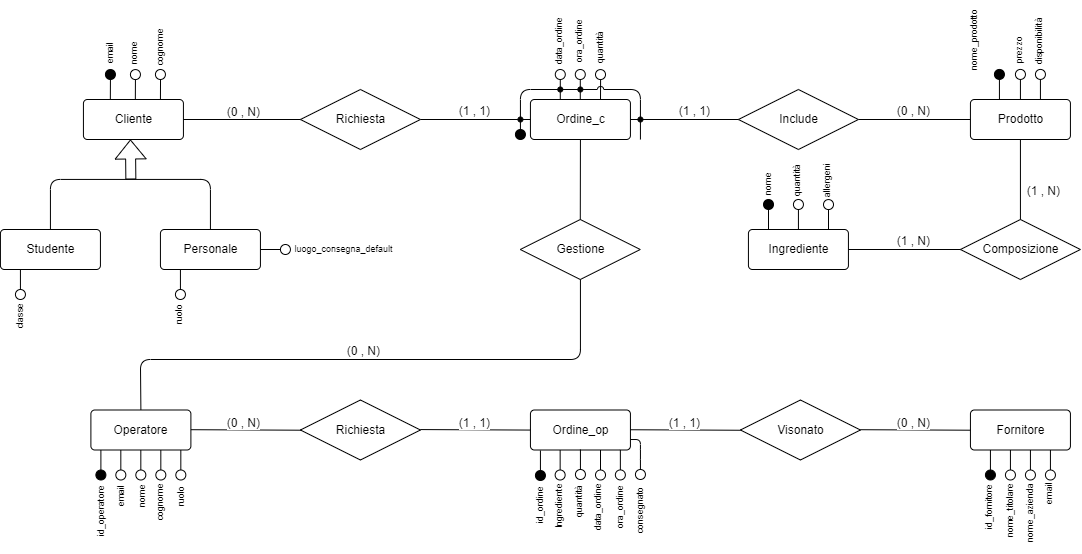
This is Conceptual_model.drawio.png from Dani-Picciau/OwlBreak, a draw.io export, as it was before one commit. Source tidied: cells renumbered, new cells last; positions are measured from the earlier drawing's top-left corner, leaving out a move shared by most shapes.
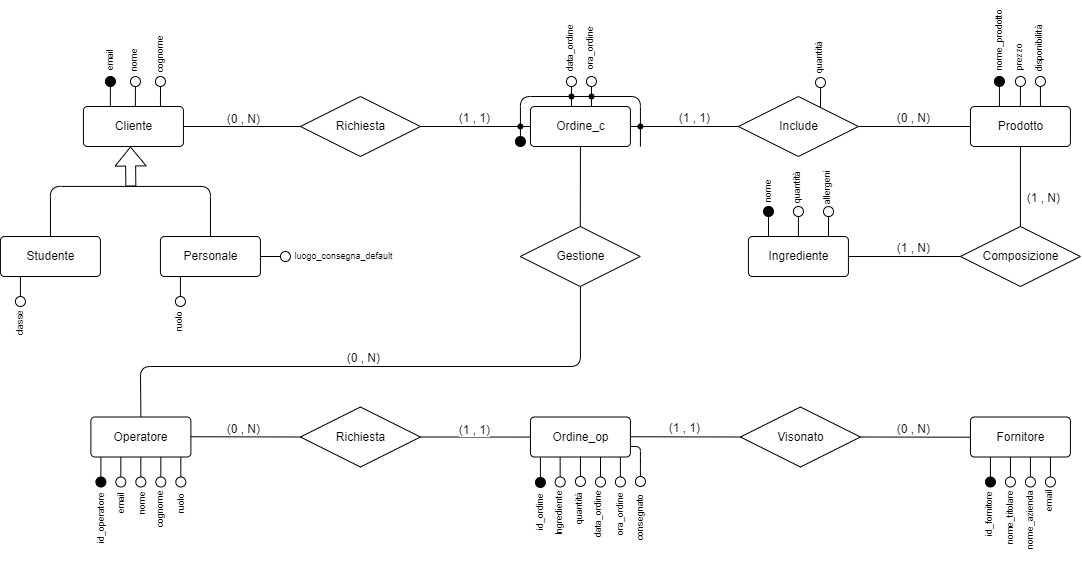
The same file after the commit.

Commit message:
Commit ultime modifiche

What changed in the source:
```diff
@@ -1,11 +1,11 @@
-<mxGraphModel background="#ffffff">
+<mxGraphModel>
   <root>
     <mxCell id="0" />
     <mxCell id="1" parent="0" />
     <mxCell id="2" style="endArrow=none;html=1;rounded=0;labelBackgroundColor=default;fontColor=default;jumpStyle=none;backgroundOutline=1;fillOpacity=100;strokeOpacity=100;labelBorderColor=none;" parent="1" edge="1">
       <mxGeometry relative="1" as="geometry">
-        <mxPoint x="605" y="69.1" as="sourcePoint" />
-        <mxPoint x="605.1" y="49.1" as="targetPoint" />
+        <mxPoint x="825" y="70.1" as="sourcePoint" />
+        <mxPoint x="825.1" y="50.1" as="targetPoint" />
       </mxGeometry>
     </mxCell>
     <mxCell id="3" style="endArrow=none;html=1;exitX=0;exitY=1;exitDx=0;exitDy=0;jumpStyle=arc;labelBackgroundColor=default;fontColor=default;backgroundOutline=1;fillOpacity=100;strokeOpacity=100;labelBorderColor=none;" parent="1" edge="1" source="101">
@@ -154,11 +154,11 @@
       <mxGeometry x="134.9" y="7" width="60" height="20" as="geometry" />
     </mxCell>
     <mxCell id="38" style="ellipse;html=1;strokeWidth=1;rotation=-585;fillColor=none;rounded=0;labelBackgroundColor=default;fontColor=default;backgroundOutline=1;fillOpacity=100;strokeOpacity=100;labelBorderColor=none;" parent="1" vertex="1">
-      <mxGeometry x="559.8" y="39" width="10" height="10" as="geometry" />
+      <mxGeometry x="571" y="39" width="10" height="10" as="geometry" />
     </mxCell>
     <mxCell id="39" style="endArrow=none;html=1;rounded=0;labelBackgroundColor=default;fontColor=default;startArrow=none;backgroundOutline=1;fillOpacity=100;strokeOpacity=100;labelBorderColor=none;" parent="1" edge="1" source="97">
       <mxGeometry relative="1" as="geometry">
-        <mxPoint x="564.8" y="49" as="targetPoint" />
+        <mxPoint x="576" y="49" as="targetPoint" />
       </mxGeometry>
     </mxCell>
     <mxCell id="40" style="group;rotation=-180;rounded=0;labelBackgroundColor=default;fontColor=default;backgroundOutline=1;fillOpacity=100;strokeOpacity=100;labelBorderColor=none;" parent="1" vertex="1">
@@ -206,7 +206,7 @@
       <mxGeometry x="288.1" y="209" width="120" height="20" as="geometry" />
     </mxCell>
     <mxCell id="52" value="data_ordine" style="text;html=1;align=center;verticalAlign=middle;strokeColor=none;fillColor=none;fontSize=9;rotation=-90;rounded=0;labelBackgroundColor=default;fontColor=default;backgroundOutline=1;fillOpacity=100;strokeOpacity=100;labelBorderColor=none;" parent="1" vertex="1">
-      <mxGeometry x="528.8" y="1" width="70" height="20" as="geometry" />
+      <mxGeometry x="540" y="1" width="70" height="20" as="geometry" />
     </mxCell>
     <mxCell id="53" style="group;rotation=-180;rounded=0;labelBackgroundColor=default;fontColor=default;backgroundOutline=1;fillOpacity=100;strokeOpacity=100;labelBorderColor=none;" parent="1" vertex="1">
       <mxGeometry x="179.3" y="419.5" width="14.1" height="32.1" as="geometry" />
@@ -366,29 +366,29 @@
     </mxCell>
     <mxCell id="96" style="endArrow=none;html=1;rounded=0;labelBackgroundColor=default;fontColor=default;backgroundOutline=1;fillOpacity=100;strokeOpacity=100;labelBorderColor=none;" parent="1" edge="1" target="97">
       <mxGeometry relative="1" as="geometry">
-        <mxPoint x="564.8" y="69" as="sourcePoint" />
+        <mxPoint x="576" y="69" as="sourcePoint" />
       </mxGeometry>
     </mxCell>
     <mxCell id="97" style="ellipse;html=1;fillStyle=auto;strokeColor=#000000;fontSize=9;fillColor=#000000;rounded=0;labelBackgroundColor=default;fontColor=default;backgroundOutline=1;fillOpacity=100;strokeOpacity=100;labelBorderColor=none;" parent="1" vertex="1">
-      <mxGeometry x="562.3" y="56.5" width="5" height="5" as="geometry" />
+      <mxGeometry x="573.5" y="56.5" width="5" height="5" as="geometry" />
     </mxCell>
     <mxCell id="98" style="ellipse;html=1;strokeWidth=1;rotation=-585;fillColor=none;rounded=0;labelBackgroundColor=default;fontColor=default;backgroundOutline=1;fillOpacity=100;strokeOpacity=100;labelBorderColor=none;" parent="1" vertex="1">
-      <mxGeometry x="579.8" y="39" width="10" height="10" as="geometry" />
+      <mxGeometry x="591" y="39" width="10" height="10" as="geometry" />
     </mxCell>
     <mxCell id="99" style="endArrow=none;html=1;rounded=0;labelBackgroundColor=default;fontColor=default;backgroundOutline=1;fillOpacity=100;strokeOpacity=100;labelBorderColor=none;" parent="1" edge="1">
       <mxGeometry relative="1" as="geometry">
-        <mxPoint x="584.8" y="69" as="sourcePoint" />
-        <mxPoint x="584.8" y="49" as="targetPoint" />
+        <mxPoint x="596" y="69" as="sourcePoint" />
+        <mxPoint x="596" y="49" as="targetPoint" />
       </mxGeometry>
     </mxCell>
     <mxCell id="100" style="ellipse;html=1;fillStyle=auto;strokeColor=#000000;fontSize=9;fillColor=#000000;rounded=0;labelBackgroundColor=default;fontColor=default;backgroundOutline=1;fillOpacity=100;strokeOpacity=100;labelBorderColor=none;" parent="1" vertex="1">
-      <mxGeometry x="582.4" y="56.5" width="5" height="5" as="geometry" />
+      <mxGeometry x="593.5" y="56.5" width="5" height="5" as="geometry" />
     </mxCell>
     <mxCell id="101" style="ellipse;html=1;strokeWidth=1;rotation=-225;fillColor=#000000;rounded=0;labelBackgroundColor=default;fontColor=default;backgroundOutline=1;fillOpacity=100;strokeOpacity=100;labelBorderColor=none;" parent="1" vertex="1">
       <mxGeometry x="519.9" y="99" width="10" height="10" as="geometry" />
     </mxCell>
     <mxCell id="102" value="ora_ordine" style="text;html=1;align=center;verticalAlign=middle;strokeColor=none;fillColor=none;fontSize=9;rotation=-90;rounded=0;labelBackgroundColor=default;fontColor=default;backgroundOutline=1;fillOpacity=100;strokeOpacity=100;labelBorderColor=none;" parent="1" vertex="1">
-      <mxGeometry x="548.9" y="1" width="70" height="20" as="geometry" />
+      <mxGeometry x="560" y="1" width="70" height="20" as="geometry" />
     </mxCell>
     <mxCell id="103" style="ellipse;html=1;strokeWidth=1;rotation=-225;fillColor=#000000;rounded=0;labelBackgroundColor=default;fontColor=default;backgroundOutline=1;fillOpacity=100;strokeOpacity=100;labelBorderColor=none;" parent="1" vertex="1">
       <mxGeometry x="109.9" y="39" width="10" height="10" as="geometry" />
@@ -412,7 +412,7 @@
       </mxGeometry>
     </mxCell>
     <mxCell id="108" value="nome_prodotto" style="text;html=1;align=center;verticalAlign=middle;strokeColor=none;fillColor=none;fontSize=9;rotation=-90;rounded=0;labelBackgroundColor=default;fontColor=default;backgroundOutline=1;fillOpacity=100;strokeOpacity=100;labelBorderColor=none;" parent="1" vertex="1">
-      <mxGeometry x="938.9" width="80" height="20" as="geometry" />
+      <mxGeometry x="963.9" y="-7" width="80" height="20" as="geometry" />
     </mxCell>
     <mxCell id="109" value="prezzo" style="text;html=1;align=center;verticalAlign=middle;strokeColor=none;fillColor=none;fontSize=9;rotation=-90;rounded=0;labelBackgroundColor=default;fontColor=default;backgroundOutline=1;fillOpacity=100;strokeOpacity=100;labelBorderColor=none;" parent="1" vertex="1">
       <mxGeometry x="998.9" y="9.9" width="50" height="20" as="geometry" />
@@ -445,10 +445,10 @@
       <mxGeometry x="642.4" y="86.5" width="5" height="5" as="geometry" />
     </mxCell>
     <mxCell id="117" style="ellipse;html=1;strokeWidth=1;rotation=-225;fillColor=none;rounded=0;labelBackgroundColor=default;fontColor=default;backgroundOutline=1;fillOpacity=100;strokeOpacity=100;labelBorderColor=none;" parent="1" vertex="1">
-      <mxGeometry x="600" y="39.1" width="10" height="10" as="geometry" />
+      <mxGeometry x="820" y="40.1" width="10" height="10" as="geometry" />
     </mxCell>
     <mxCell id="118" value="quantità" style="text;html=1;align=center;verticalAlign=middle;strokeColor=none;fillColor=none;fontSize=9;rotation=-90;rounded=0;labelBackgroundColor=default;fontColor=default;backgroundOutline=1;fillOpacity=100;strokeOpacity=100;labelBorderColor=none;" parent="1" vertex="1">
-      <mxGeometry x="574.9" y="7" width="60" height="20" as="geometry" />
+      <mxGeometry x="794" y="9.9" width="60" height="20" as="geometry" />
     </mxCell>
     <mxCell id="119" value="nome" style="text;html=1;align=center;verticalAlign=middle;strokeColor=none;fillColor=none;fontSize=9;rotation=-90;rounded=0;labelBackgroundColor=default;fontColor=default;backgroundOutline=1;fillOpacity=100;strokeOpacity=100;labelBorderColor=none;" parent="1" vertex="1">
       <mxGeometry x="747.9" y="144" width="50" height="20" as="geometry" />
@@ -503,20 +503,18 @@
     <mxCell id="132" value="Richiesta" style="shape=rhombus;perimeter=rhombusPerimeter;html=1;align=center;rounded=0;labelBackgroundColor=default;fillColor=none;backgroundOutline=1;fillOpacity=100;strokeOpacity=100;fontColor=default;labelBorderColor=none;" parent="1" vertex="1">
       <mxGeometry x="304.9" y="369.5" width="120" height="60" as="geometry" />
     </mxCell>
-    <mxCell id="133" style="endArrow=none;html=1;rounded=0;entryX=0;entryY=0.5;entryDx=0;entryDy=0;labelBackgroundColor=default;fontColor=default;backgroundOutline=1;fillOpacity=100;strokeOpacity=100;labelBorderColor=none;" parent="1" edge="1">
+    <mxCell id="133" style="endArrow=none;html=1;rounded=0;labelBackgroundColor=default;fontColor=default;backgroundOutline=1;fillOpacity=100;strokeOpacity=100;labelBorderColor=none;entryX=0;entryY=0.5;entryDx=0;entryDy=0;" parent="1" edge="1" target="132">
       <mxGeometry relative="1" as="geometry">
-        <mxPoint x="195.4" y="399.2" as="sourcePoint" />
-        <mxPoint x="305.4" y="399.7" as="targetPoint" />
+        <mxPoint x="195.4" y="399.3" as="sourcePoint" />
       </mxGeometry>
     </mxCell>
     <mxCell id="134" value="(0 , N)" style="html=1;align=right;verticalAlign=bottom;rounded=0;labelBackgroundColor=default;fontColor=default;backgroundOutline=1;fillOpacity=100;strokeOpacity=100;labelBorderColor=none;" parent="133" vertex="1">
       <mxGeometry x="1" relative="1" as="geometry">
-        <mxPoint x="-40" y="1" as="offset" />
+        <mxPoint x="-40" as="offset" />
       </mxGeometry>
     </mxCell>
-    <mxCell id="135" style="endArrow=none;html=1;rounded=0;entryX=0;entryY=0.5;entryDx=0;entryDy=0;labelBackgroundColor=default;fontColor=default;backgroundOutline=1;fillOpacity=100;strokeOpacity=100;labelBorderColor=none;" parent="1" edge="1">
+    <mxCell id="135" style="endArrow=none;html=1;rounded=0;entryX=0;entryY=0.5;entryDx=0;entryDy=0;labelBackgroundColor=default;fontColor=default;backgroundOutline=1;fillOpacity=100;strokeOpacity=100;labelBorderColor=none;exitX=1;exitY=0.5;exitDx=0;exitDy=0;" parent="1" edge="1" source="132">
       <mxGeometry relative="1" as="geometry">
-        <mxPoint x="424.9" y="399.1" as="sourcePoint" />
         <mxPoint x="534.9" y="399.6" as="targetPoint" />
       </mxGeometry>
     </mxCell>
@@ -528,26 +526,24 @@
     <mxCell id="137" value="Visonato" style="shape=rhombus;perimeter=rhombusPerimeter;html=1;align=center;rounded=0;labelBackgroundColor=default;fillColor=none;backgroundOutline=1;fillOpacity=100;strokeOpacity=100;fontColor=default;labelBorderColor=none;" parent="1" vertex="1">
       <mxGeometry x="744.9" y="369.5" width="120" height="60" as="geometry" />
     </mxCell>
-    <mxCell id="138" style="endArrow=none;html=1;rounded=0;entryX=0;entryY=0.5;entryDx=0;entryDy=0;labelBackgroundColor=default;fontColor=default;backgroundOutline=1;fillOpacity=100;strokeOpacity=100;labelBorderColor=none;" parent="1" edge="1">
+    <mxCell id="138" style="endArrow=none;html=1;rounded=0;entryX=0;entryY=0.5;entryDx=0;entryDy=0;labelBackgroundColor=default;fontColor=default;backgroundOutline=1;fillOpacity=100;strokeOpacity=100;labelBorderColor=none;" parent="1" edge="1" target="137">
       <mxGeometry relative="1" as="geometry">
         <mxPoint x="634.9" y="399.2" as="sourcePoint" />
-        <mxPoint x="744.9" y="399.8" as="targetPoint" />
       </mxGeometry>
     </mxCell>
     <mxCell id="139" value="(1 , 1)" style="html=1;align=right;verticalAlign=bottom;rounded=0;labelBackgroundColor=default;fontColor=default;backgroundOutline=1;fillOpacity=100;strokeOpacity=100;labelBorderColor=none;" parent="138" vertex="1">
       <mxGeometry x="1" relative="1" as="geometry">
-        <mxPoint x="-40" y="1" as="offset" />
+        <mxPoint x="-40" as="offset" />
       </mxGeometry>
     </mxCell>
-    <mxCell id="140" style="endArrow=none;html=1;rounded=0;entryX=0;entryY=0.5;entryDx=0;entryDy=0;labelBackgroundColor=default;fontColor=default;backgroundOutline=1;fillOpacity=100;strokeOpacity=100;labelBorderColor=none;" parent="1" edge="1">
+    <mxCell id="140" style="endArrow=none;html=1;rounded=0;entryX=0;entryY=0.5;entryDx=0;entryDy=0;labelBackgroundColor=default;fontColor=default;backgroundOutline=1;fillOpacity=100;strokeOpacity=100;labelBorderColor=none;exitX=1;exitY=0.5;exitDx=0;exitDy=0;" parent="1" edge="1" source="137">
       <mxGeometry relative="1" as="geometry">
-        <mxPoint x="864.9" y="399.2" as="sourcePoint" />
         <mxPoint x="974.9" y="399.7" as="targetPoint" />
       </mxGeometry>
     </mxCell>
     <mxCell id="141" value="(0 , N)" style="html=1;align=right;verticalAlign=bottom;rounded=0;labelBackgroundColor=default;fontColor=default;backgroundOutline=1;fillOpacity=100;strokeOpacity=100;labelBorderColor=none;" parent="140" vertex="1">
       <mxGeometry x="1" relative="1" as="geometry">
-        <mxPoint x="-40" y="1" as="offset" />
+        <mxPoint x="-40" as="offset" />
       </mxGeometry>
     </mxCell>
     <mxCell id="142" style="group;rotation=-180;rounded=0;labelBackgroundColor=default;fontColor=default;backgroundOutline=1;fillOpacity=100;strokeOpacity=100;labelBorderColor=none;" parent="1" vertex="1">
```
